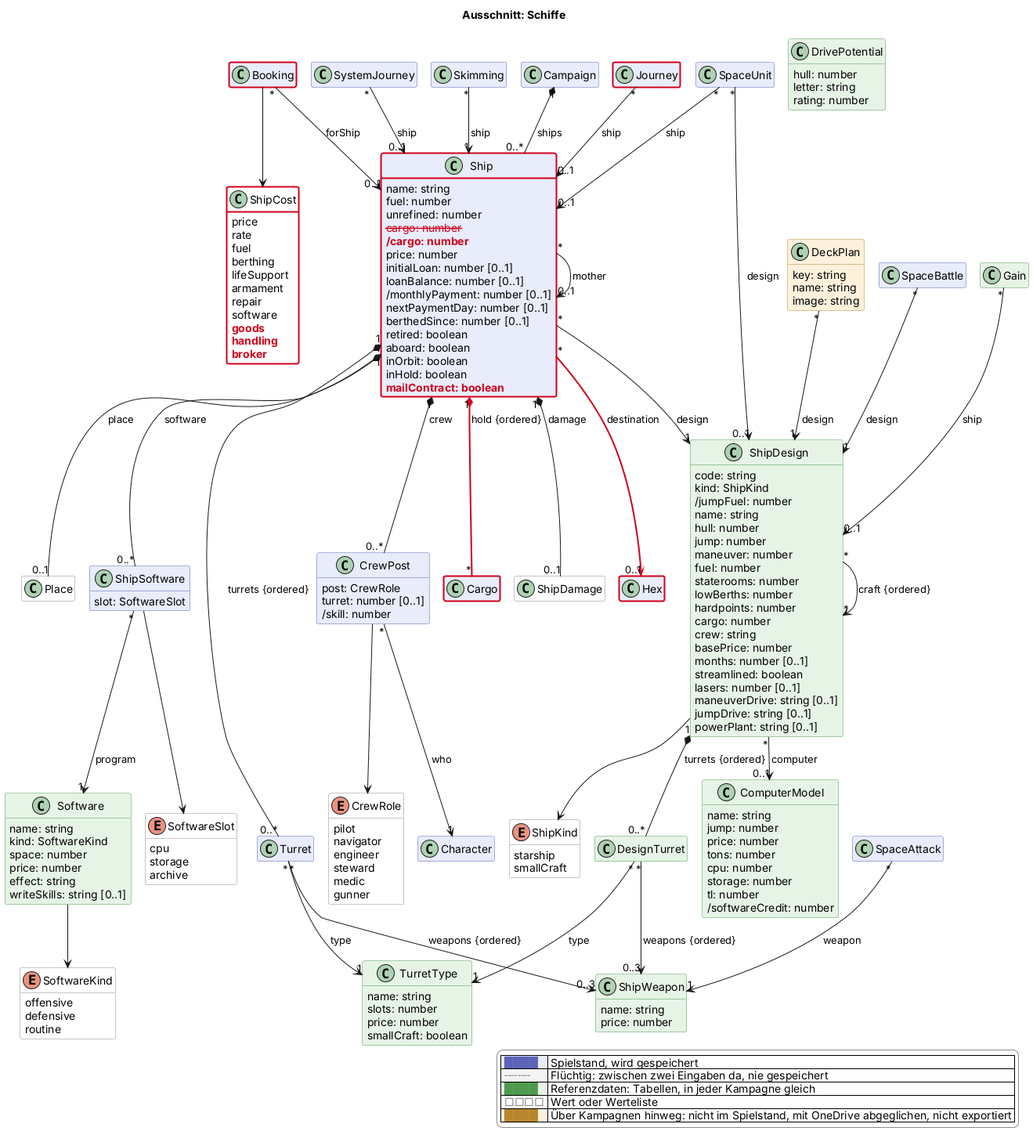
Earlier version of the PlantUML export docs/views/schiffe.png (scuzzar/SRE).
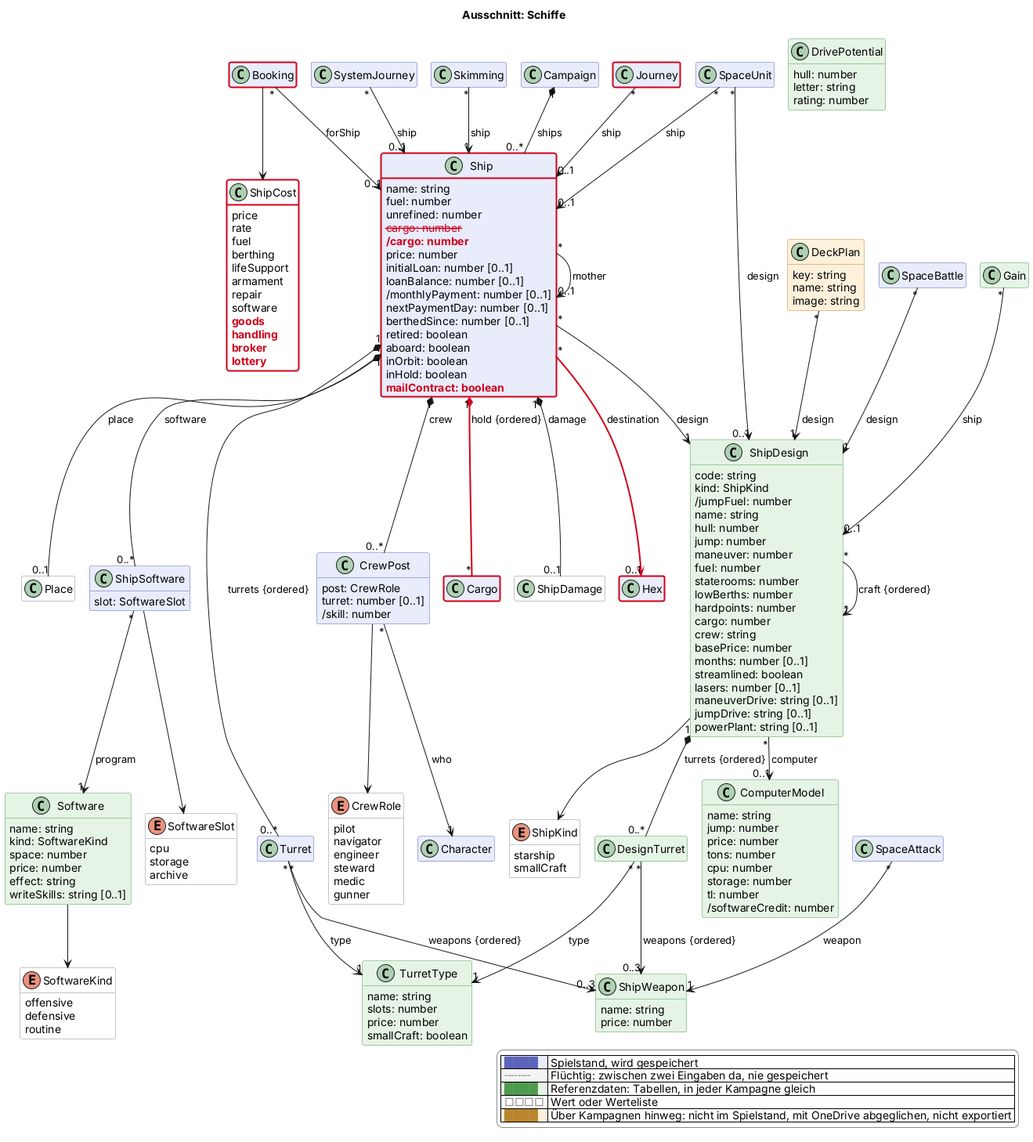
Later version of the same file.

Change to the diagram source:
```diff
@@ -103,6 +103,7 @@
     $new("2026-11-27", "goods")
     $new("2026-11-27", "handling")
     $new("2026-11-27", "broker")
+    $new("2026-11-27", "lottery")
   }
   class ShipSoftware $schiffe {
     slot: SoftwareSlot
```
